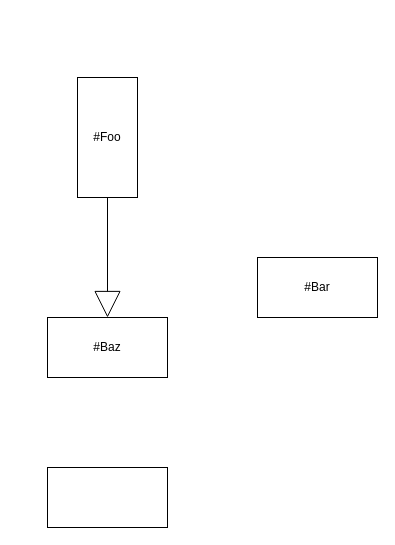
The draw.io diagram examples/Example.dio in hediet/vscode-drawio, before the edit. Source tidied: cells renumbered, new cells numbered last; positions are measured from the earlier drawing's top-left corner, leaving out a move shared by most shapes. Both pictures are drawn from the tidied source at 100%, with x=0, y=0 at pixel (47, 77).
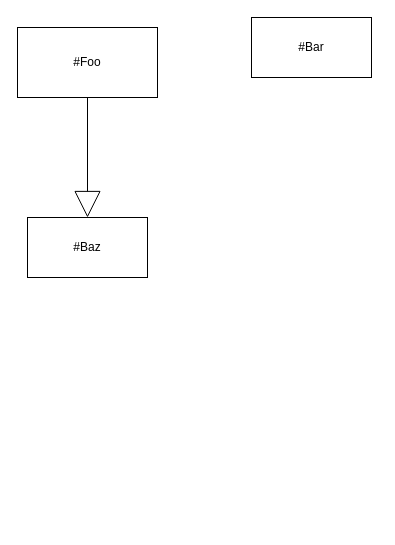
After the change.

Change to the diagram source:
```diff
@@
 <mxGraphModel>
   <root>
     <mxCell id="0" />
     <mxCell id="1" parent="0" />
     <mxCell id="2" value="#Baz" style="whiteSpace=wrap;html=1;" parent="1" vertex="1">
-      <mxGeometry y="240" width="120" height="60" as="geometry" />
+      <mxGeometry x="-20" y="140" width="120" height="60" as="geometry" />
     </mxCell>
     <mxCell id="3" style="html=1;verticalAlign=bottom;endArrow=block;fontFamily=Helvetica;fontSize=11;fontColor=#000000;align=center;startFill=1;startSize=8;endFill=0;endSize=24;strokeColor=#000000;edgeStyle=orthogonalEdgeStyle;" parent="1" edge="1" source="4" target="2">
       <mxGeometry relative="1" as="geometry" />
     </mxCell>
     <mxCell id="4" value="#Foo" style="whiteSpace=wrap;html=1;direction=south;" parent="1" vertex="1">
-      <mxGeometry x="30" width="60" height="120" as="geometry" />
+      <mxGeometry x="-30" y="-50" width="140" height="70" as="geometry" />
     </mxCell>
     <mxCell id="5" value="#Bar" style="whiteSpace=wrap;html=1;" parent="1" vertex="1">
-      <mxGeometry x="210" y="180" width="120" height="60" as="geometry" />
+      <mxGeometry x="204" y="-60" width="120" height="60" as="geometry" />
     </mxCell>
-    <mxCell id="6" style="whiteSpace=wrap;html=1;" parent="1" vertex="1">
-      <mxGeometry y="390" width="120" height="60" as="geometry" />
-    </mxCell>
   </root>
 </mxGraphModel>
```
